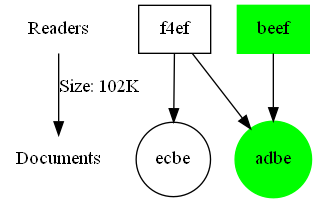
Danielryan98/DataAnalysisTool keeps this Graphviz diagram as graph.png. Above is the earlier version. Its source is kept beside it as graph.dot.
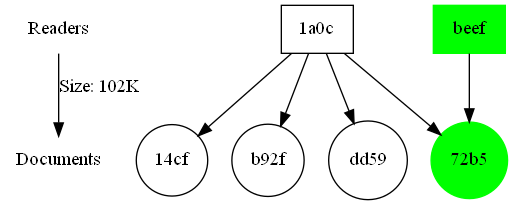
The same diagram one commit later.

The edit, as a diff of the source:
```diff
@@ -2,12 +2,18 @@
 	Readers [label=Readers shape=none]
 	Documents [label=Documents shape=none]
 	Readers -> Documents [label="Size: 102K"]
-	adbe [label=adbe color=green shape=circle style=filled]
-	f4ef [label=f4ef shape=box]
-	f4ef -> adbe
+	"72b5" [label="72b5" color=green shape=circle style=filled]
+	"1a0c" [label="1a0c" shape=box]
+	"1a0c" -> "72b5"
 	beef [label=beef color=green shape=box style=filled]
-	beef -> adbe
-	ecbe [label=ecbe shape=circle]
-	f4ef [label=f4ef shape=box]
-	f4ef -> ecbe
+	beef -> "72b5"
+	"14cf" [label="14cf" shape=circle]
+	"1a0c" [label="1a0c" shape=box]
+	"1a0c" -> "14cf"
+	b92f [label=b92f shape=circle]
+	"1a0c" [label="1a0c" shape=box]
+	"1a0c" -> b92f
+	dd59 [label=dd59 shape=circle]
+	"1a0c" [label="1a0c" shape=box]
+	"1a0c" -> dd59
 }
```
